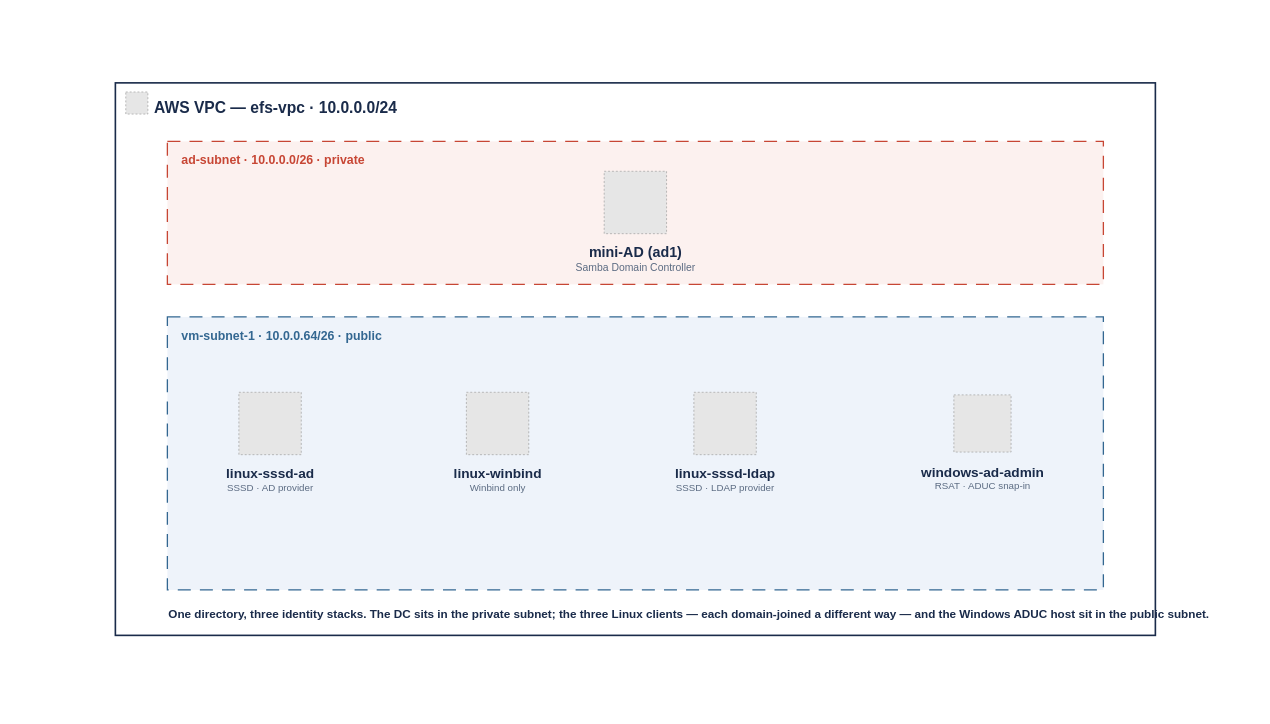
Above: aws-linux-ad.drawio in mamonaco1973/aws-linux-ad (draw.io), before the change. Source tidied: cells renumbered, new cells numbered last; positions are measured from the earlier drawing's top-left corner, leaving out a move shared by most shapes. Both pictures are drawn from the tidied source at 65%, with x=0, y=0 at pixel (11, 11). Pictures stored in the file or linked from it are replaced by grey dashed boxes.
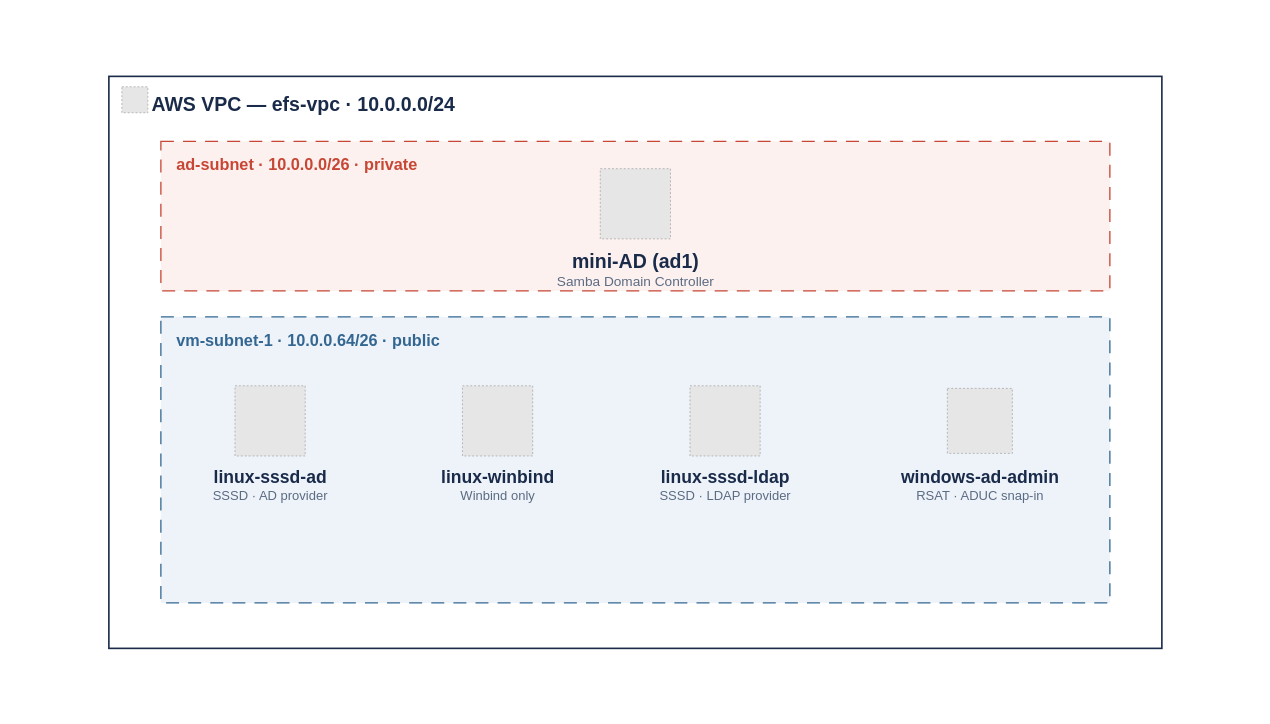
After the change.

Commit message (it also covers changes not shown here):
sssd vs winbind

Diff of the diagram source:
```diff
@@
 <mxGraphModel>
   <root>
     <mxCell id="0" />
     <mxCell id="1" parent="0" />
     <mxCell id="2" style="rounded=0;fillColor=#FFFFFF;strokeColor=none;" parent="1" vertex="1">
       <mxGeometry width="1920" height="1080" as="geometry" />
     </mxCell>
-    <mxCell id="3" value="AWS VPC  —  efs-vpc  ·  10.0.0.0/24" style="rounded=0;whiteSpace=wrap;html=1;fillColor=none;strokeColor=#1A2B4A;strokeWidth=2.5;fontColor=#1A2B4A;align=left;verticalAlign=top;spacingTop=18;spacingLeft=58;fontStyle=1;fontSize=24;" parent="1" vertex="1">
-      <mxGeometry x="160" y="110" width="1600" height="850" as="geometry" />
+    <mxCell id="3" value="AWS VPC  —  efs-vpc  ·  10.0.0.0/24" style="rounded=0;whiteSpace=wrap;html=1;fillColor=none;strokeColor=#1A2B4A;strokeWidth=2.5;fontColor=#1A2B4A;align=left;verticalAlign=top;spacingTop=18;spacingLeft=64;fontStyle=1;fontSize=30;" parent="1" vertex="1">
+      <mxGeometry x="150" y="100" width="1620" height="880" as="geometry" />
     </mxCell>
     <mxCell id="4" style="fillColor=#E6E6E6;strokeColor=#999999;dashed=1;html=1;verticalAlign=middle;" parent="1" vertex="1">
-      <mxGeometry x="176" y="124" width="34" height="34" as="geometry" />
+      <mxGeometry x="170" y="116" width="40" height="40" as="geometry" />
     </mxCell>
-    <mxCell id="5" value="ad-subnet  ·  10.0.0.0/26  ·  private" style="rounded=0;whiteSpace=wrap;html=1;fillColor=#FCF1EF;strokeColor=#C74634;strokeWidth=2;dashed=1;dashPattern=10 7;fontColor=#C74634;align=left;verticalAlign=top;spacingTop=12;spacingLeft=20;fontStyle=1;fontSize=19;" parent="1" vertex="1">
-      <mxGeometry x="240" y="200" width="1440" height="220" as="geometry" />
+    <mxCell id="5" value="ad-subnet  ·  10.0.0.0/26  ·  private" style="rounded=0;whiteSpace=wrap;html=1;fillColor=#FCF1EF;strokeColor=#C74634;strokeWidth=2;dashed=1;dashPattern=10 7;fontColor=#C74634;align=left;verticalAlign=top;spacingTop=14;spacingLeft=22;fontStyle=1;fontSize=25;" parent="1" vertex="1">
+      <mxGeometry x="230" y="200" width="1460" height="230" as="geometry" />
     </mxCell>
     <mxCell id="6" style="fillColor=#E6E6E6;strokeColor=#999999;dashed=1;html=1;verticalAlign=middle;" parent="1" vertex="1">
-      <mxGeometry x="912" y="246" width="96" height="96" as="geometry" />
+      <mxGeometry x="906" y="242" width="108" height="108" as="geometry" />
     </mxCell>
-    <mxCell id="7" value="&lt;b style=&quot;font-size:22px&quot;&gt;mini-AD (ad1)&lt;/b&gt;&lt;br&gt;&lt;span style=&quot;font-size:16px;color:#5B6B82&quot;&gt;Samba Domain Controller&lt;/span&gt;" style="text;html=1;align=center;verticalAlign=top;fillColor=none;strokeColor=none;fontColor=#1A2B4A;" parent="1" vertex="1">
-      <mxGeometry x="820" y="352" width="280" height="56" as="geometry" />
+    <mxCell id="7" value="&lt;b style=&quot;font-size:30px&quot;&gt;mini-AD (ad1)&lt;/b&gt;&lt;br&gt;&lt;span style=&quot;font-size:21px;color:#5B6B82&quot;&gt;Samba Domain Controller&lt;/span&gt;" style="text;html=1;align=center;verticalAlign=top;fillColor=none;strokeColor=none;fontColor=#1A2B4A;" parent="1" vertex="1">
+      <mxGeometry x="800" y="360" width="320" height="64" as="geometry" />
     </mxCell>
-    <mxCell id="8" value="vm-subnet-1  ·  10.0.0.64/26  ·  public" style="rounded=0;whiteSpace=wrap;html=1;fillColor=#EEF3FA;strokeColor=#336791;strokeWidth=2;dashed=1;dashPattern=10 7;fontColor=#336791;align=left;verticalAlign=top;spacingTop=12;spacingLeft=20;fontStyle=1;fontSize=19;" parent="1" vertex="1">
-      <mxGeometry x="240" y="470" width="1440" height="420" as="geometry" />
+    <mxCell id="8" value="vm-subnet-1  ·  10.0.0.64/26  ·  public" style="rounded=0;whiteSpace=wrap;html=1;fillColor=#EEF3FA;strokeColor=#336791;strokeWidth=2;dashed=1;dashPattern=10 7;fontColor=#336791;align=left;verticalAlign=top;spacingTop=14;spacingLeft=22;fontStyle=1;fontSize=25;" parent="1" vertex="1">
+      <mxGeometry x="230" y="470" width="1460" height="440" as="geometry" />
     </mxCell>
     <mxCell id="9" style="fillColor=#E6E6E6;strokeColor=#999999;dashed=1;html=1;verticalAlign=middle;" parent="1" vertex="1">
-      <mxGeometry x="350" y="586" width="96" height="96" as="geometry" />
+      <mxGeometry x="344" y="576" width="108" height="108" as="geometry" />
     </mxCell>
-    <mxCell id="10" value="&lt;b style=&quot;font-size:21px&quot;&gt;linux-sssd-ad&lt;/b&gt;&lt;br&gt;&lt;span style=&quot;font-size:15px;color:#5B6B82&quot;&gt;SSSD · AD provider&lt;/span&gt;" style="text;html=1;align=center;verticalAlign=top;fillColor=none;strokeColor=none;fontColor=#1A2B4A;" parent="1" vertex="1">
-      <mxGeometry x="258" y="692" width="280" height="56" as="geometry" />
+    <mxCell id="10" value="&lt;b style=&quot;font-size:27px&quot;&gt;linux-sssd-ad&lt;/b&gt;&lt;br&gt;&lt;span style=&quot;font-size:20px;color:#5B6B82&quot;&gt;SSSD · AD provider&lt;/span&gt;" style="text;html=1;align=center;verticalAlign=top;fillColor=none;strokeColor=none;fontColor=#1A2B4A;" parent="1" vertex="1">
+      <mxGeometry x="238" y="694" width="320" height="64" as="geometry" />
     </mxCell>
     <mxCell id="11" style="fillColor=#E6E6E6;strokeColor=#999999;dashed=1;html=1;verticalAlign=middle;" parent="1" vertex="1">
-      <mxGeometry x="700" y="586" width="96" height="96" as="geometry" />
+      <mxGeometry x="694" y="576" width="108" height="108" as="geometry" />
     </mxCell>
-    <mxCell id="12" value="&lt;b style=&quot;font-size:21px&quot;&gt;linux-winbind&lt;/b&gt;&lt;br&gt;&lt;span style=&quot;font-size:15px;color:#5B6B82&quot;&gt;Winbind only&lt;/span&gt;" style="text;html=1;align=center;verticalAlign=top;fillColor=none;strokeColor=none;fontColor=#1A2B4A;" parent="1" vertex="1">
-      <mxGeometry x="608" y="692" width="280" height="56" as="geometry" />
+    <mxCell id="12" value="&lt;b style=&quot;font-size:27px&quot;&gt;linux-winbind&lt;/b&gt;&lt;br&gt;&lt;span style=&quot;font-size:20px;color:#5B6B82&quot;&gt;Winbind only&lt;/span&gt;" style="text;html=1;align=center;verticalAlign=top;fillColor=none;strokeColor=none;fontColor=#1A2B4A;" parent="1" vertex="1">
+      <mxGeometry x="588" y="694" width="320" height="64" as="geometry" />
     </mxCell>
     <mxCell id="13" style="fillColor=#E6E6E6;strokeColor=#999999;dashed=1;html=1;verticalAlign=middle;" parent="1" vertex="1">
-      <mxGeometry x="1050" y="586" width="96" height="96" as="geometry" />
+      <mxGeometry x="1044" y="576" width="108" height="108" as="geometry" />
     </mxCell>
-    <mxCell id="14" value="&lt;b style=&quot;font-size:21px&quot;&gt;linux-sssd-ldap&lt;/b&gt;&lt;br&gt;&lt;span style=&quot;font-size:15px;color:#5B6B82&quot;&gt;SSSD · LDAP provider&lt;/span&gt;" style="text;html=1;align=center;verticalAlign=top;fillColor=none;strokeColor=none;fontColor=#1A2B4A;" parent="1" vertex="1">
-      <mxGeometry x="958" y="692" width="280" height="56" as="geometry" />
+    <mxCell id="14" value="&lt;b style=&quot;font-size:27px&quot;&gt;linux-sssd-ldap&lt;/b&gt;&lt;br&gt;&lt;span style=&quot;font-size:20px;color:#5B6B82&quot;&gt;SSSD · LDAP provider&lt;/span&gt;" style="text;html=1;align=center;verticalAlign=top;fillColor=none;strokeColor=none;fontColor=#1A2B4A;" parent="1" vertex="1">
+      <mxGeometry x="938" y="694" width="320" height="64" as="geometry" />
     </mxCell>
     <mxCell id="15" style="fillColor=#E6E6E6;strokeColor=#999999;dashed=1;html=1;verticalAlign=middle;" parent="1" vertex="1">
-      <mxGeometry x="1450" y="590" width="88" height="88" as="geometry" />
+      <mxGeometry x="1440" y="580" width="100" height="100" as="geometry" />
     </mxCell>
-    <mxCell id="16" value="&lt;b style=&quot;font-size:21px&quot;&gt;windows-ad-admin&lt;/b&gt;&lt;br&gt;&lt;span style=&quot;font-size:15px;color:#5B6B82&quot;&gt;RSAT · ADUC snap-in&lt;/span&gt;" style="text;html=1;align=center;verticalAlign=top;fillColor=none;strokeColor=none;fontColor=#1A2B4A;" parent="1" vertex="1">
-      <mxGeometry x="1354" y="690" width="280" height="56" as="geometry" />
+    <mxCell id="16" value="&lt;b style=&quot;font-size:27px&quot;&gt;windows-ad-admin&lt;/b&gt;&lt;br&gt;&lt;span style=&quot;font-size:20px;color:#5B6B82&quot;&gt;RSAT · ADUC snap-in&lt;/span&gt;" style="text;html=1;align=center;verticalAlign=top;fillColor=none;strokeColor=none;fontColor=#1A2B4A;" parent="1" vertex="1">
+      <mxGeometry x="1330" y="694" width="320" height="64" as="geometry" />
     </mxCell>
-    <mxCell id="17" value="&lt;b&gt;One directory, three identity stacks.&lt;/b&gt;  The DC sits in the private subnet; the three Linux clients — each domain-joined a different way — and the Windows ADUC host sit in the public subnet." style="text;html=1;align=left;verticalAlign=middle;fillColor=none;strokeColor=none;fontColor=#1A2B4A;fontSize=18;fontStyle=1;" parent="1" vertex="1">
-      <mxGeometry x="240" y="908" width="1460" height="40" as="geometry" />
-    </mxCell>
   </root>
 </mxGraphModel>
```
